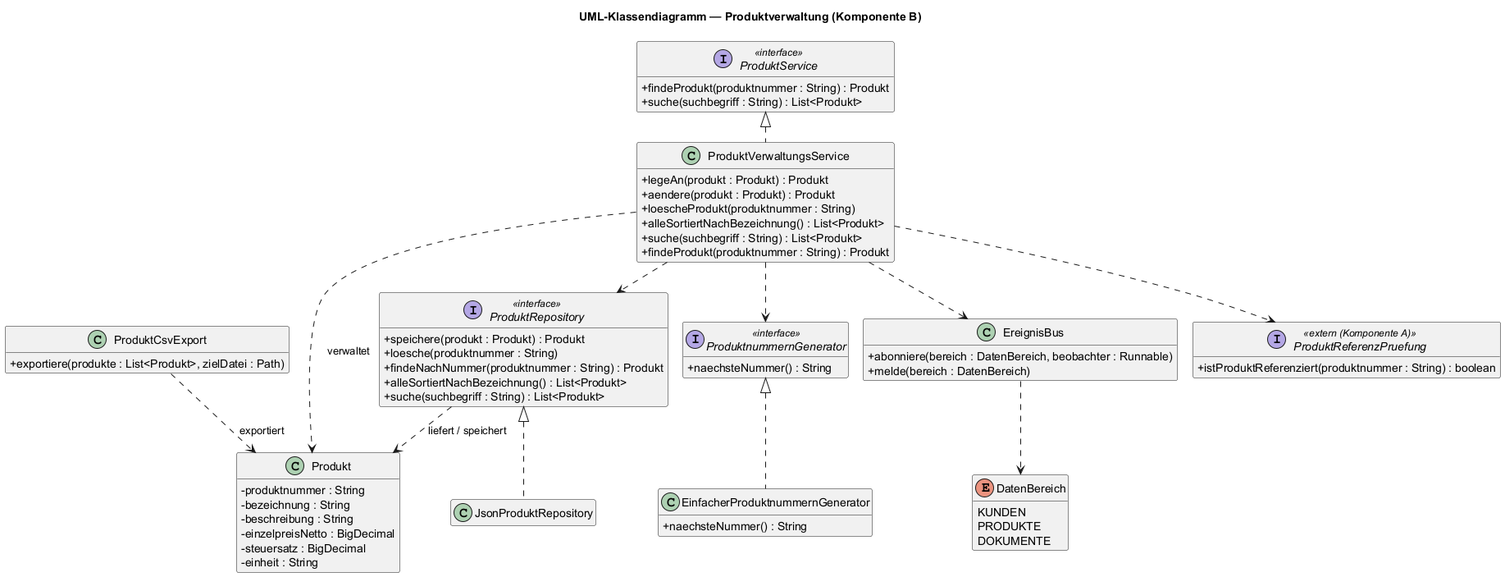
Before: dokumentation/diagramme/klassendiagramm_produktverwaltung.png, a diagram exported from PlantUML (lucasstrubel/faktura).
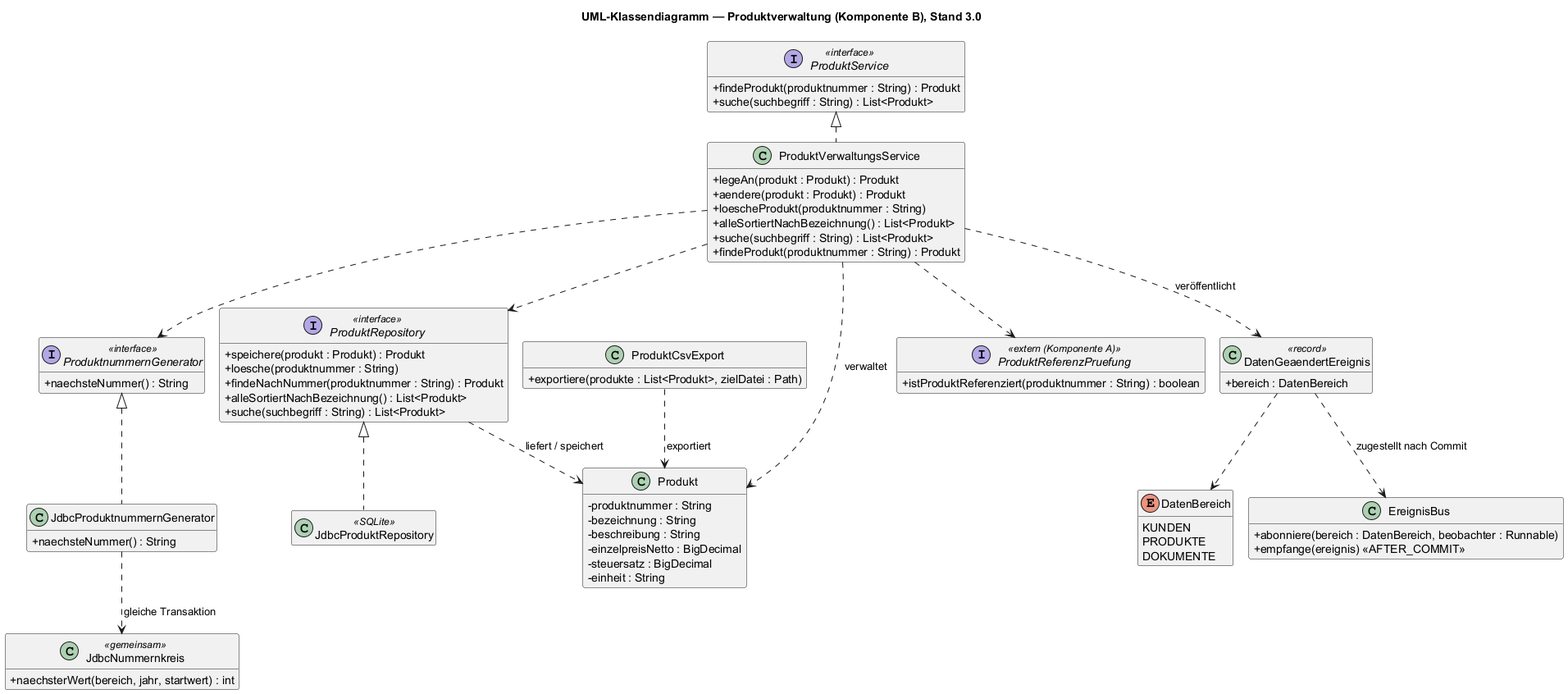
Above is the later version.

What changed in the source:
```diff
@@ -7,7 +7,7 @@
 skinparam linetype ortho
 hide empty members
 
-title UML-Klassendiagramm — Produktverwaltung (Komponente B)
+title UML-Klassendiagramm — Produktverwaltung (Komponente B), Stand 3.0
 
 
 class Produkt {
@@ -38,7 +38,7 @@
   + naechsteNummer() : String
 }
 
-class EinfacherProduktnummernGenerator {
+class JdbcProduktnummernGenerator {
   + naechsteNummer() : String
 }
 
@@ -50,16 +50,24 @@
   + suche(suchbegriff : String) : List<Produkt>
 }
 
-class JsonProduktRepository {
+class JdbcProduktRepository <<SQLite>> {
 }
 
 class ProduktCsvExport {
   + exportiere(produkte : List<Produkt>, zielDatei : Path)
 }
 
+class DatenGeaendertEreignis <<record>> {
+  + bereich : DatenBereich
+}
+
 class EreignisBus {
   + abonniere(bereich : DatenBereich, beobachter : Runnable)
-  + melde(bereich : DatenBereich)
+  + empfange(ereignis) <<AFTER_COMMIT>>
+}
+
+class JdbcNummernkreis <<gemeinsam>> {
+  + naechsterWert(bereich, jahr, startwert) : int
 }
 
 enum DatenBereich {
@@ -75,15 +83,17 @@
 
 
 ProduktService <|.. ProduktVerwaltungsService
-ProduktRepository <|.. JsonProduktRepository
-ProduktnummernGenerator <|.. EinfacherProduktnummernGenerator
+ProduktRepository <|.. JdbcProduktRepository
+ProduktnummernGenerator <|.. JdbcProduktnummernGenerator
+JdbcProduktnummernGenerator ..> JdbcNummernkreis : gleiche Transaktion
 
 
 ProduktVerwaltungsService ..> ProduktRepository
 ProduktVerwaltungsService ..> ProduktnummernGenerator
 ProduktVerwaltungsService ..> ProduktReferenzPruefung
-ProduktVerwaltungsService ..> EreignisBus
-EreignisBus ..> DatenBereich
+ProduktVerwaltungsService ..> DatenGeaendertEreignis : veröffentlicht
+DatenGeaendertEreignis ..> EreignisBus : zugestellt nach Commit
+DatenGeaendertEreignis ..> DatenBereich
 
 ProduktVerwaltungsService ..> Produkt : verwaltet
 ProduktRepository ..> Produkt : liefert / speichert
```
